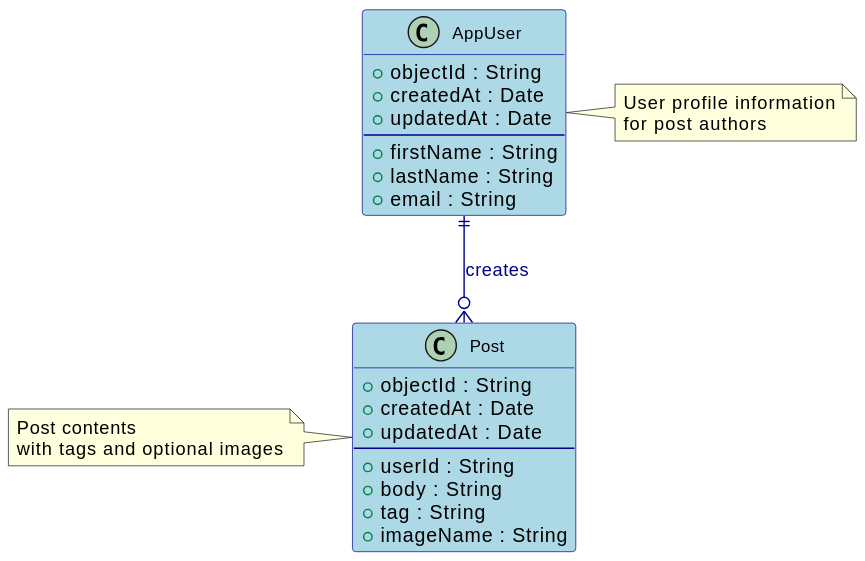
Earlier version of the PlantUML export src/utils/PostStream_F4_UML.svg (saifulislampi/post-stream). The source it was exported from:
```plantuml
@startuml
!define RECTANGLE class

skinparam class {
    BackgroundColor LightBlue
    BorderColor DarkBlue
    FontColor Black
    FontSize 12
}

skinparam arrow {
    Color DarkBlue
    FontColor DarkBlue
}

class AppUser {
    +objectId : String
    +createdAt : Date
    +updatedAt : Date
    --
    +firstName : String
    +lastName : String
    +email : String
}

class Post {
    +objectId : String
    +createdAt : Date
    +updatedAt : Date
    --
    +userId : String
    +body : String
    +tag : String
    +imageName : String
}

AppUser ||--o{ Post : "creates"

note right of AppUser : User profile information\nfor post authors
note left of Post : Post contents \nwith tags and optional images
@enduml
```
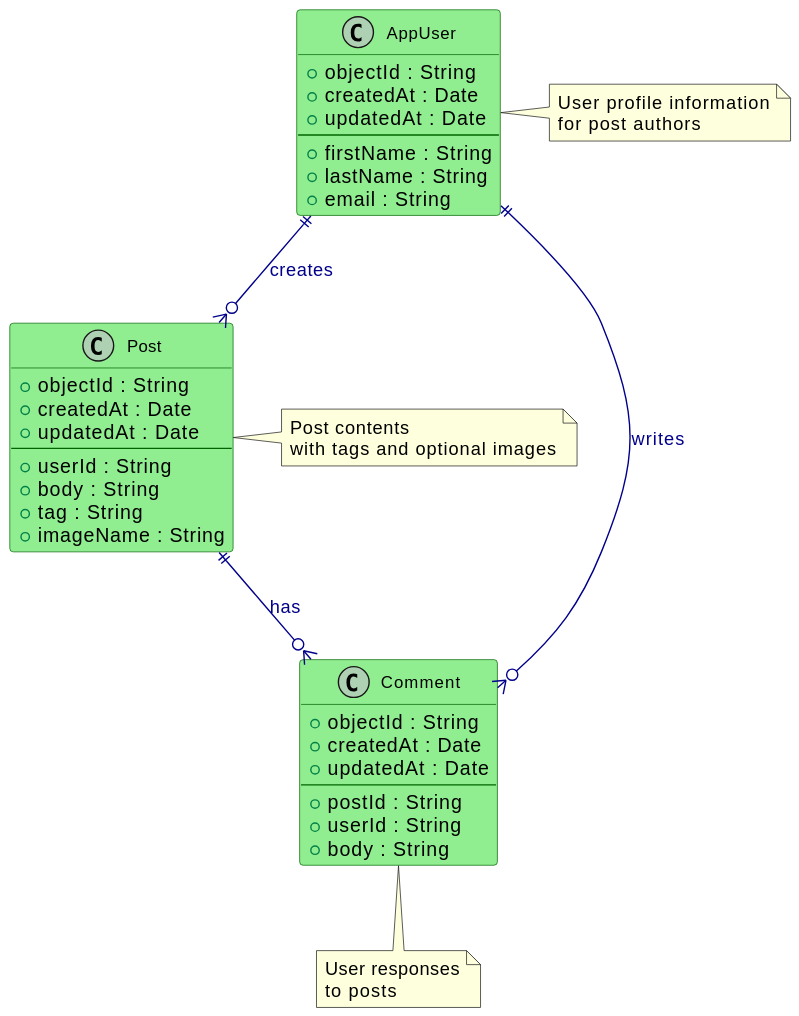
Above is the later version.

Commit message:
comment table added to f4

Diff of the diagram source:
```diff
@@ -2,8 +2,8 @@
 !define RECTANGLE class
 
 skinparam class {
-    BackgroundColor LightBlue
-    BorderColor DarkBlue
+    BackgroundColor LightGreen
+    BorderColor DarkGreen
     FontColor Black
     FontSize 12
 }
@@ -34,8 +34,21 @@
     +imageName : String
 }
 
+class Comment {
+    +objectId : String
+    +createdAt : Date
+    +updatedAt : Date
+    --
+    +postId : String
+    +userId : String
+    +body : String
+}
+
 AppUser ||--o{ Post : "creates"
+AppUser ||--o{ Comment : "writes"
+Post ||--o{ Comment : "has"
 
 note right of AppUser : User profile information\nfor post authors
 note left of Post : Post contents \nwith tags and optional images
+note bottom of Comment : User responses\nto posts
 @enduml
```
